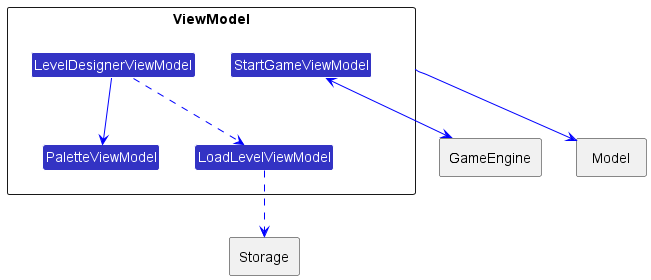
The PlantUML diagram Diagram/ViewModel-0.png in wweqg/Peggle, before a commit. Source of this version:
```plantuml
@startuml
!include <office/Concepts/globe_internet>
!include <office/Concepts/documents>
!include <office/Users/user>
!include style.puml


package ViewModel <<Rectangle>> {
    Class PaletteViewModel LOGIC_COLOR
    Class LevelDesignerViewModel LOGIC_COLOR
    Class LoadLevelViewModel LOGIC_COLOR
    Class StartGameViewModel LOGIC_COLOR
}

package Storage <<Rectangle>> {
}

package Model <<Rectangle>> {
}

package GameEngine <<Rectangle>> {

}


       StartGameViewModel <-[#blue]-> GameEngine
       LevelDesignerViewModel -[#blue]-> PaletteViewModel
       LevelDesignerViewModel ..[#blue]> LoadLevelViewModel
       LoadLevelViewModel ..[#blue]> Storage
       ViewModel -[#blue]-> Model


@enduml
```
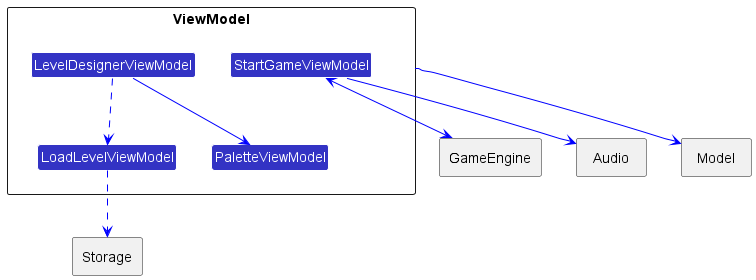
The same diagram one commit later.

The edit, as a diff of the source:
```diff
@@ -22,12 +22,17 @@
 
 }
 
+package Audio <<Rectangle>> {
+}
+
 
        StartGameViewModel <-[#blue]-> GameEngine
        LevelDesignerViewModel -[#blue]-> PaletteViewModel
        LevelDesignerViewModel ..[#blue]> LoadLevelViewModel
        LoadLevelViewModel ..[#blue]> Storage
        ViewModel -[#blue]-> Model
+       StartGameViewModel -[#blue]-> Audio
+
 
 
 @enduml
```
